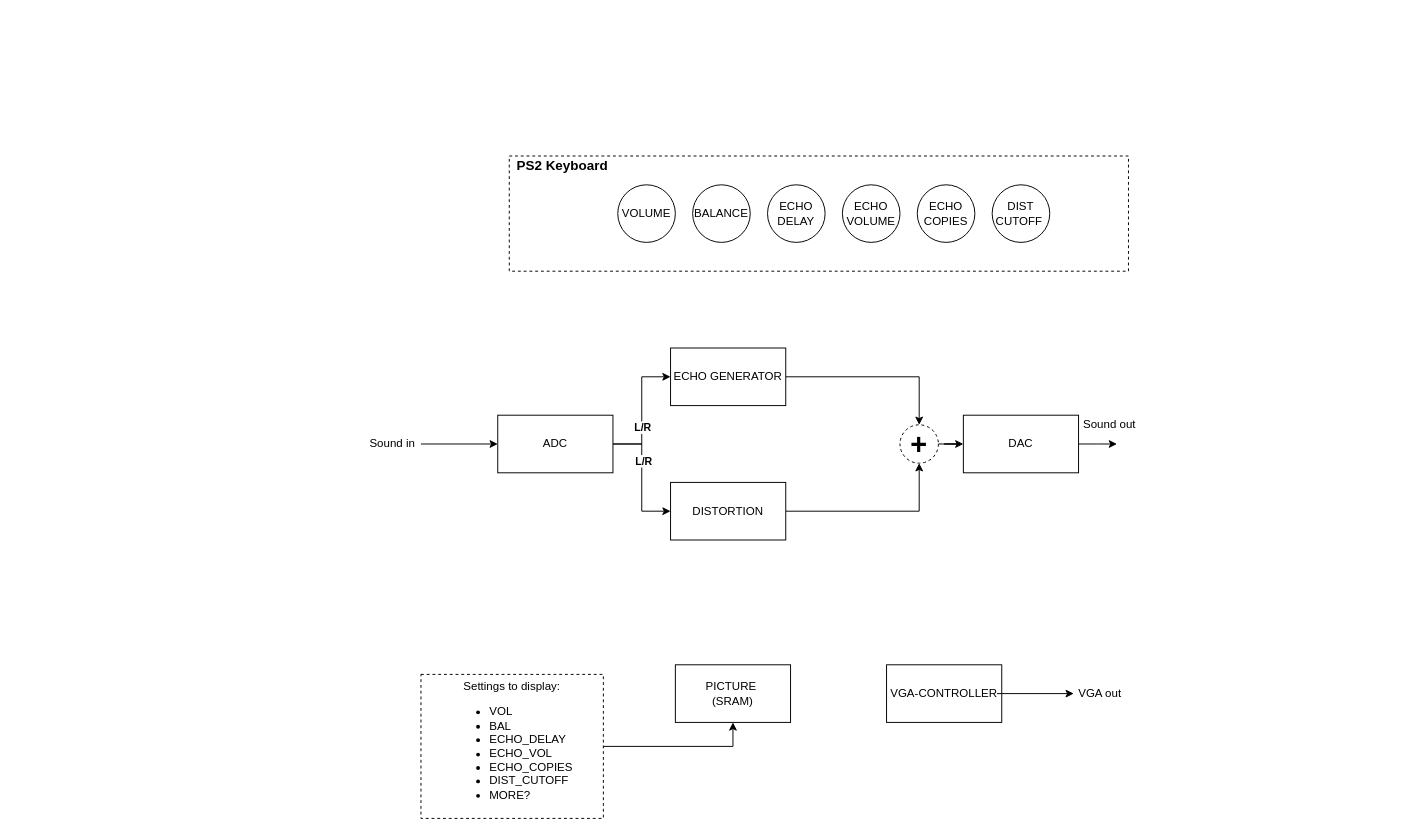
Before: Documentation/blockdiagram.drawio in JoeyStrandnes/TSIU03-VHDL-Gang, a draw.io diagram. Source tidied: cells renumbered, new cells numbered last; positions are measured from the earlier drawing's top-left corner, leaving out a move shared by most shapes. Both pictures are drawn from the tidied source at 96%, with x=0, y=0 at pixel (363, 156).
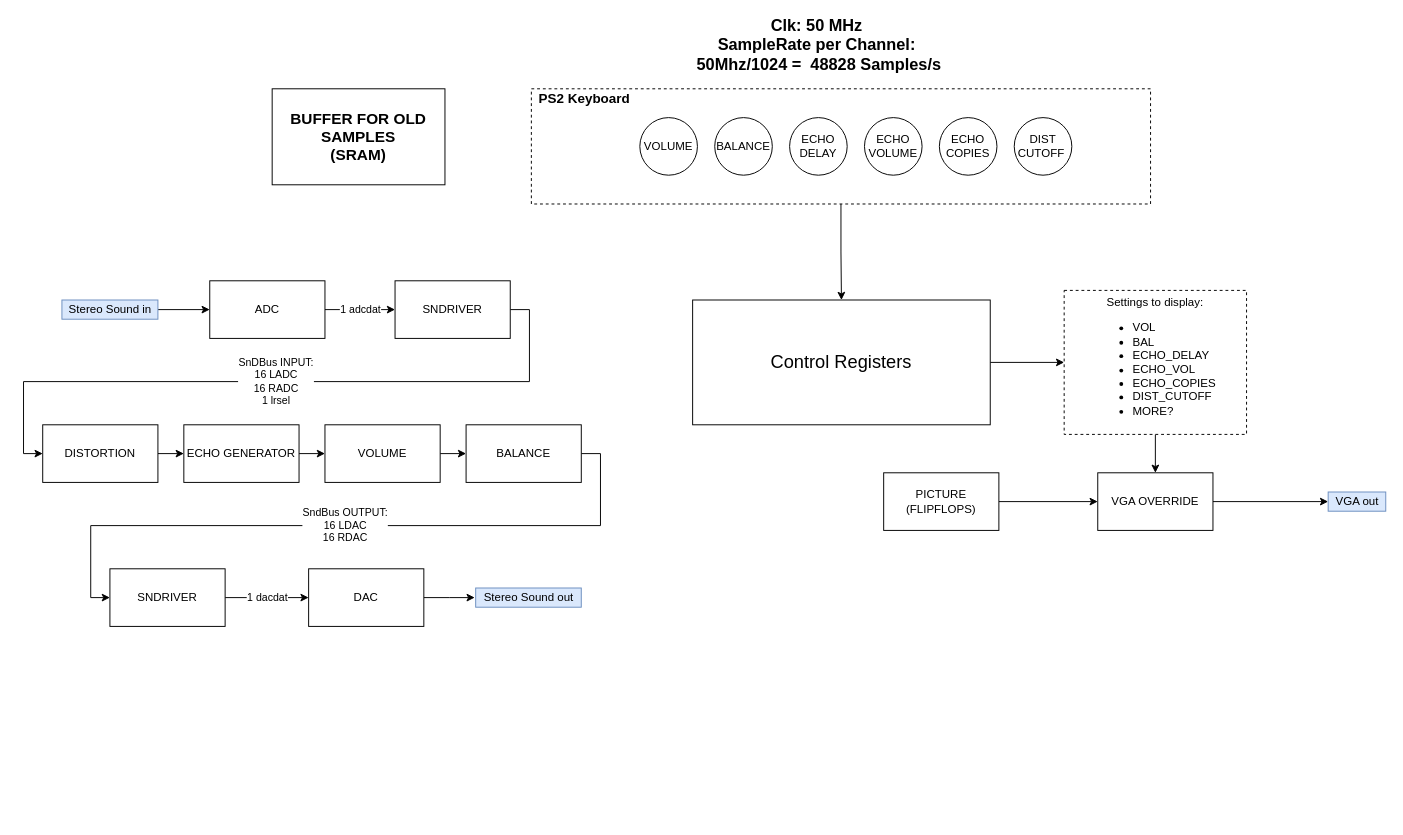
Above is the later version.

Commit message:
Gjort om blockdiagram

Change to the diagram source:
```diff
@@
+    <mxCell id="32" value="1 adcdat" style="edgeStyle=orthogonalEdgeStyle;rounded=0;jettySize=auto;html=1;exitX=1;exitY=0.5;exitDx=0;exitDy=0;entryX=0;entryY=0.5;entryDx=0;entryDy=0;" parent="1" edge="1" source="7" target="39">
+      <mxGeometry relative="1" as="geometry" />
+    </mxCell>
+    <mxCell id="7" value="ADC" style="rounded=0;whiteSpace=wrap;html=1;" parent="1" vertex="1">
+      <mxGeometry x="-160" y="130" width="120" height="60" as="geometry" />
+    </mxCell>
+    <mxCell id="33" style="edgeStyle=orthogonalEdgeStyle;rounded=0;jettySize=auto;html=1;entryX=0;entryY=0.5;entryDx=0;entryDy=0;" parent="1" edge="1" source="9" target="7">
+      <mxGeometry relative="1" as="geometry" />
+    </mxCell>
+    <mxCell id="9" value="&lt;span&gt;Stereo Sound in&lt;br&gt;&lt;/span&gt;" style="text;html=1;align=center;verticalAlign=middle;points=[];fillColor=#dae8fc;strokeColor=#6c8ebf;" parent="1" vertex="1">
+      <mxGeometry x="-314" y="150" width="100" height="20" as="geometry" />
+    </mxCell>
+    <mxCell id="34" style="edgeStyle=orthogonalEdgeStyle;rounded=0;jettySize=auto;html=1;exitX=1;exitY=0.5;exitDx=0;exitDy=0;entryX=0;entryY=0.5;entryDx=0;entryDy=0;" parent="1" edge="1" source="10" target="13">
+      <mxGeometry relative="1" as="geometry" />
+    </mxCell>
+    <mxCell id="10" value="PICTURE&lt;br&gt;(FLIPFLOPS)" style="rounded=0;whiteSpace=wrap;html=1;" parent="1" vertex="1">
+      <mxGeometry x="542" y="330" width="120" height="60" as="geometry" />
+    </mxCell>
+    <mxCell id="12" value="VGA out" style="text;html=1;align=center;verticalAlign=middle;points=[];shadow=0;rounded=0;fillColor=#dae8fc;strokeColor=#6c8ebf;" parent="1" vertex="1">
+      <mxGeometry x="1005" y="350" width="60" height="20" as="geometry" />
+    </mxCell>
+    <mxCell id="35" style="edgeStyle=orthogonalEdgeStyle;rounded=0;jettySize=auto;html=1;exitX=1;exitY=0.5;exitDx=0;exitDy=0;" parent="1" edge="1" source="13" target="12">
+      <mxGeometry relative="1" as="geometry" />
+    </mxCell>
+    <mxCell id="13" value="VGA OVERRIDE&lt;br&gt;" style="rounded=0;whiteSpace=wrap;html=1;" parent="1" vertex="1">
+      <mxGeometry x="765" y="330" width="120" height="60" as="geometry" />
+    </mxCell>
+    <mxCell id="36" style="edgeStyle=orthogonalEdgeStyle;rounded=0;jettySize=auto;html=1;exitX=1;exitY=0.5;exitDx=0;exitDy=0;entryX=0;entryY=0.5;entryDx=0;entryDy=0;" parent="1" edge="1" source="15" target="43">
+      <mxGeometry relative="1" as="geometry" />
+    </mxCell>
+    <mxCell id="15" value="ECHO GENERATOR" style="rounded=0;whiteSpace=wrap;html=1;" parent="1" vertex="1">
+      <mxGeometry x="-187" y="280" width="120" height="60" as="geometry" />
+    </mxCell>
+    <mxCell id="37" style="edgeStyle=orthogonalEdgeStyle;rounded=0;jettySize=auto;html=1;exitX=1;exitY=0.5;exitDx=0;exitDy=0;entryX=0;entryY=0.5;entryDx=0;entryDy=0;" parent="1" edge="1" source="17" target="15">
+      <mxGeometry relative="1" as="geometry" />
+    </mxCell>
+    <mxCell id="17" value="DISTORTION" style="rounded=0;whiteSpace=wrap;html=1;" parent="1" vertex="1">
+      <mxGeometry x="-334" y="280" width="120" height="60" as="geometry" />
+    </mxCell>
+    <mxCell id="25" style="edgeStyle=orthogonalEdgeStyle;rounded=0;jettySize=auto;html=1;exitX=0.5;exitY=1;exitDx=0;exitDy=0;entryX=0.5;entryY=0;entryDx=0;entryDy=0;" parent="1" edge="1" source="26" target="13">
+      <mxGeometry relative="1" as="geometry" />
+    </mxCell>
+    <mxCell id="26" value="Settings to display:&lt;br&gt;&lt;div style=&quot;text-align: left&quot;&gt;&lt;ul&gt;&lt;li&gt;&lt;span&gt;VOL&lt;/span&gt;&lt;/li&gt;&lt;li&gt;&lt;span&gt;BAL&lt;/span&gt;&lt;/li&gt;&lt;li&gt;&lt;span&gt;ECHO_DELAY&lt;/span&gt;&lt;/li&gt;&lt;li&gt;&lt;span&gt;ECHO_VOL&lt;/span&gt;&lt;/li&gt;&lt;li&gt;&lt;span&gt;ECHO_COPIES&lt;/span&gt;&lt;/li&gt;&lt;li&gt;&lt;span&gt;DIST_CUTOFF&lt;/span&gt;&lt;/li&gt;&lt;li&gt;&lt;span&gt;MORE?&lt;/span&gt;&lt;/li&gt;&lt;/ul&gt;&lt;/div&gt;" style="whiteSpace=wrap;html=1;dashed=1;labelPosition=center;verticalLabelPosition=middle;align=center;verticalAlign=middle;" parent="1" vertex="1">
+      <mxGeometry x="730" y="140" width="190" height="150" as="geometry" />
+    </mxCell>
+    <mxCell id="29" style="edgeStyle=orthogonalEdgeStyle;rounded=0;jettySize=auto;html=1;exitX=1;exitY=0.5;exitDx=0;exitDy=0;" parent="1" edge="1" source="30">
+      <mxGeometry relative="1" as="geometry">
+        <mxPoint x="116" y="460" as="targetPoint" />
+      </mxGeometry>
+    </mxCell>
+    <mxCell id="30" value="DAC" style="rounded=0;whiteSpace=wrap;html=1;" parent="1" vertex="1">
+      <mxGeometry x="-57" y="430" width="120" height="60" as="geometry" />
+    </mxCell>
+    <mxCell id="31" value="Stereo Sound out" style="text;html=1;align=center;verticalAlign=middle;fillColor=#dae8fc;strokeColor=#6c8ebf;" parent="1" vertex="1">
+      <mxGeometry x="117" y="450" width="110" height="20" as="geometry" />
+    </mxCell>
+    <mxCell id="38" value="SnDBus INPUT:&lt;br&gt;16 LADC&lt;br&gt;16 RADC&lt;br&gt;1 lrsel" style="edgeStyle=orthogonalEdgeStyle;rounded=0;jettySize=auto;html=1;exitX=1;exitY=0.5;exitDx=0;exitDy=0;entryX=0;entryY=0.5;entryDx=0;entryDy=0;" parent="1" edge="1" source="39" target="17">
+      <mxGeometry relative="1" as="geometry" />
+    </mxCell>
+    <mxCell id="39" value="SNDRIVER" style="rounded=0;whiteSpace=wrap;html=1;" parent="1" vertex="1">
+      <mxGeometry x="33" y="130" width="120" height="60" as="geometry" />
+    </mxCell>
+    <mxCell id="40" value="1 dacdat" style="edgeStyle=orthogonalEdgeStyle;rounded=0;jettySize=auto;html=1;exitX=1;exitY=0.5;exitDx=0;exitDy=0;entryX=0;entryY=0.5;entryDx=0;entryDy=0;" parent="1" edge="1" source="41" target="30">
+      <mxGeometry relative="1" as="geometry" />
+    </mxCell>
+    <mxCell id="41" value="SNDRIVER" style="rounded=0;whiteSpace=wrap;html=1;" parent="1" vertex="1">
+      <mxGeometry x="-264" y="430" width="120" height="60" as="geometry" />
+    </mxCell>
+    <mxCell id="42" style="edgeStyle=orthogonalEdgeStyle;rounded=0;jettySize=auto;html=1;exitX=1;exitY=0.5;exitDx=0;exitDy=0;entryX=0;entryY=0.5;entryDx=0;entryDy=0;" parent="1" edge="1" source="43" target="45">
+      <mxGeometry relative="1" as="geometry" />
+    </mxCell>
+    <mxCell id="43" value="VOLUME" style="rounded=0;whiteSpace=wrap;html=1;" parent="1" vertex="1">
+      <mxGeometry x="-40" y="280" width="120" height="60" as="geometry" />
+    </mxCell>
+    <mxCell id="44" value="SndBus OUTPUT:&lt;br&gt;16 LDAC&lt;br&gt;16 RDAC" style="edgeStyle=orthogonalEdgeStyle;rounded=0;jettySize=auto;html=1;exitX=1;exitY=0.5;exitDx=0;exitDy=0;entryX=0;entryY=0.5;entryDx=0;entryDy=0;" parent="1" edge="1" source="45" target="41">
+      <mxGeometry relative="1" as="geometry" />
+    </mxCell>
+    <mxCell id="45" value="BALANCE" style="rounded=0;whiteSpace=wrap;html=1;" parent="1" vertex="1">
+      <mxGeometry x="107" y="280" width="120" height="60" as="geometry" />
+    </mxCell>
+    <mxCell id="46" value="&lt;b style=&quot;font-size: 17px&quot;&gt;Clk: 50 MHz&lt;br&gt;SampleRate per Channel:&lt;br&gt;&amp;nbsp;50Mhz/1024 =&amp;nbsp; 48828 Samples/s&lt;/b&gt;" style="text;html=1;align=center;verticalAlign=middle;strokeColor=none;fillColor=none;" parent="1" vertex="1">
+      <mxGeometry x="337" y="-140" width="270" height="50" as="geometry" />
+    </mxCell>
+    <mxCell id="47" style="edgeStyle=orthogonalEdgeStyle;rounded=0;jettySize=auto;html=1;exitX=1;exitY=0.5;exitDx=0;exitDy=0;entryX=0;entryY=0.5;entryDx=0;entryDy=0;" parent="1" edge="1" source="48" target="26">
+      <mxGeometry relative="1" as="geometry" />
+    </mxCell>
+    <mxCell id="48" value="&lt;font style=&quot;font-size: 19px&quot;&gt;Control Registers&lt;/font&gt;" style="rounded=0;whiteSpace=wrap;html=1;" parent="1" vertex="1">
+      <mxGeometry x="343" y="150" width="310" height="130" as="geometry" />
+    </mxCell>
+    <mxCell id="49" style="group;" parent="1" vertex="1">
+      <mxGeometry x="175" y="-70" width="645" height="120" as="geometry" />
+    </mxCell>
-    <mxCell id="2" style="whiteSpace=wrap;html=1;dashed=1;labelPosition=left;verticalLabelPosition=top;align=right;verticalAlign=bottom;" parent="1" vertex="1">
-      <mxGeometry x="152" width="645" height="120" as="geometry" />
+    <mxCell id="2" style="whiteSpace=wrap;html=1;dashed=1;labelPosition=left;verticalLabelPosition=top;align=right;verticalAlign=bottom;" parent="49" vertex="1">
+      <mxGeometry width="645" height="120" as="geometry" />
     </mxCell>
-    <mxCell id="3" style="edgeStyle=orthogonalEdgeStyle;rounded=0;jettySize=auto;html=1;exitX=1;exitY=0.5;exitDx=0;exitDy=0;entryX=0;entryY=0.5;entryDx=0;entryDy=0;" parent="1" edge="1" source="7" target="15">
-      <mxGeometry relative="1" as="geometry" />
-    </mxCell>
-    <mxCell id="4" value="&lt;b&gt;L/R&lt;/b&gt;" style="edgeLabel;html=1;align=center;verticalAlign=middle;" parent="3" vertex="1">
-      <mxGeometry x="-0.26" relative="1" as="geometry" />
-    </mxCell>
-    <mxCell id="5" style="edgeStyle=orthogonalEdgeStyle;rounded=0;jettySize=auto;html=1;exitX=1;exitY=0.5;exitDx=0;exitDy=0;entryX=0;entryY=0.5;entryDx=0;entryDy=0;" parent="1" edge="1" source="7" target="17">
-      <mxGeometry relative="1" as="geometry" />
-    </mxCell>
-    <mxCell id="6" value="&lt;b&gt;L/R&lt;/b&gt;" style="edgeLabel;html=1;align=center;verticalAlign=middle;" parent="5" vertex="1">
-      <mxGeometry x="-0.28" y="1" relative="1" as="geometry" />
-    </mxCell>
-    <mxCell id="7" value="ADC" style="rounded=0;whiteSpace=wrap;html=1;" parent="1" vertex="1">
-      <mxGeometry x="140" y="270" width="120" height="60" as="geometry" />
-    </mxCell>
-    <mxCell id="8" style="endArrow=classic;html=1;entryX=0;entryY=0.5;entryDx=0;entryDy=0;" parent="1" edge="1" target="7">
-      <mxGeometry relative="1" as="geometry">
-        <mxPoint x="60" y="300" as="sourcePoint" />
-      </mxGeometry>
-    </mxCell>
-    <mxCell id="9" value="&lt;span&gt;Sound in&lt;/span&gt;" style="text;html=1;align=center;verticalAlign=middle;points=[];" parent="1" vertex="1">
-      <mxGeometry y="290" width="60" height="20" as="geometry" />
-    </mxCell>
-    <mxCell id="10" value="VGA-CONTROLLER" style="rounded=0;whiteSpace=wrap;html=1;" parent="1" vertex="1">
-      <mxGeometry x="545" y="530" width="120" height="60" as="geometry" />
-    </mxCell>
-    <mxCell id="11" style="endArrow=classic;html=1;" parent="1" edge="1">
-      <mxGeometry relative="1" as="geometry">
-        <mxPoint x="660" y="560" as="sourcePoint" />
-        <mxPoint x="740" y="560" as="targetPoint" />
-      </mxGeometry>
-    </mxCell>
-    <mxCell id="12" value="VGA out" style="text;html=1;align=center;verticalAlign=middle;points=[];" parent="1" vertex="1">
-      <mxGeometry x="737" y="550" width="60" height="20" as="geometry" />
-    </mxCell>
-    <mxCell id="13" value="PICTURE&amp;nbsp;&lt;br&gt;(SRAM)" style="rounded=0;whiteSpace=wrap;html=1;" parent="1" vertex="1">
-      <mxGeometry x="325" y="530" width="120" height="60" as="geometry" />
-    </mxCell>
-    <mxCell id="14" style="edgeStyle=orthogonalEdgeStyle;rounded=0;jettySize=auto;html=1;exitX=1;exitY=0.5;exitDx=0;exitDy=0;entryX=0.5;entryY=0;entryDx=0;entryDy=0;" parent="1" edge="1" source="15" target="28">
-      <mxGeometry relative="1" as="geometry" />
-    </mxCell>
-    <mxCell id="15" value="ECHO GENERATOR" style="rounded=0;whiteSpace=wrap;html=1;" parent="1" vertex="1">
-      <mxGeometry x="320" y="200" width="120" height="60" as="geometry" />
-    </mxCell>
-    <mxCell id="16" style="edgeStyle=orthogonalEdgeStyle;rounded=0;jettySize=auto;html=1;exitX=1;exitY=0.5;exitDx=0;exitDy=0;entryX=0.5;entryY=1;entryDx=0;entryDy=0;" parent="1" edge="1" source="17" target="28">
-      <mxGeometry relative="1" as="geometry" />
-    </mxCell>
-    <mxCell id="17" value="DISTORTION" style="rounded=0;whiteSpace=wrap;html=1;" parent="1" vertex="1">
-      <mxGeometry x="320" y="340" width="120" height="60" as="geometry" />
-    </mxCell>
-    <mxCell id="18" value="VOLUME" style="ellipse;whiteSpace=wrap;html=1;" parent="1" vertex="1">
-      <mxGeometry x="265" y="30" width="60" height="60" as="geometry" />
+    <mxCell id="18" value="VOLUME" style="ellipse;whiteSpace=wrap;html=1;" parent="49" vertex="1">
+      <mxGeometry x="113" y="30" width="60" height="60" as="geometry" />
     </mxCell>
-    <mxCell id="19" value="BALANCE" style="ellipse;whiteSpace=wrap;html=1;" parent="1" vertex="1">
-      <mxGeometry x="343" y="30" width="60" height="60" as="geometry" />
+    <mxCell id="19" value="BALANCE" style="ellipse;whiteSpace=wrap;html=1;" parent="49" vertex="1">
+      <mxGeometry x="191" y="30" width="60" height="60" as="geometry" />
     </mxCell>
-    <mxCell id="20" value="ECHO DELAY" style="ellipse;whiteSpace=wrap;html=1;" parent="1" vertex="1">
-      <mxGeometry x="421" y="30" width="60" height="60" as="geometry" />
+    <mxCell id="20" value="ECHO DELAY" style="ellipse;whiteSpace=wrap;html=1;" parent="49" vertex="1">
+      <mxGeometry x="269" y="30" width="60" height="60" as="geometry" />
     </mxCell>
-    <mxCell id="21" value="ECHO COPIES" style="ellipse;whiteSpace=wrap;html=1;" parent="1" vertex="1">
-      <mxGeometry x="577" y="30" width="60" height="60" as="geometry" />
+    <mxCell id="21" value="ECHO COPIES" style="ellipse;whiteSpace=wrap;html=1;" parent="49" vertex="1">
+      <mxGeometry x="425" y="30" width="60" height="60" as="geometry" />
     </mxCell>
-    <mxCell id="22" value="ECHO VOLUME" style="ellipse;whiteSpace=wrap;html=1;" parent="1" vertex="1">
-      <mxGeometry x="499" y="30" width="60" height="60" as="geometry" />
+    <mxCell id="22" value="ECHO VOLUME" style="ellipse;whiteSpace=wrap;html=1;" parent="49" vertex="1">
+      <mxGeometry x="347" y="30" width="60" height="60" as="geometry" />
     </mxCell>
-    <mxCell id="23" value="DIST CUTOFF&amp;nbsp;" style="ellipse;whiteSpace=wrap;html=1;" parent="1" vertex="1">
-      <mxGeometry x="655" y="30" width="60" height="60" as="geometry" />
+    <mxCell id="23" value="DIST CUTOFF&amp;nbsp;" style="ellipse;whiteSpace=wrap;html=1;" parent="49" vertex="1">
+      <mxGeometry x="503" y="30" width="60" height="60" as="geometry" />
     </mxCell>
-    <mxCell id="24" value="&lt;b&gt;&lt;font style=&quot;font-size: 14px&quot;&gt;PS2 Keyboard&lt;/font&gt;&lt;/b&gt;" style="text;html=1;align=center;verticalAlign=middle;" parent="1" vertex="1">
-      <mxGeometry x="152" width="110" height="20" as="geometry" />
+    <mxCell id="24" value="&lt;b&gt;&lt;font style=&quot;font-size: 14px&quot;&gt;PS2 Keyboard&lt;/font&gt;&lt;/b&gt;" style="text;html=1;align=center;verticalAlign=middle;" parent="49" vertex="1">
+      <mxGeometry width="110" height="20" as="geometry" />
     </mxCell>
-    <mxCell id="25" style="edgeStyle=orthogonalEdgeStyle;rounded=0;jettySize=auto;html=1;entryX=0.5;entryY=1;entryDx=0;entryDy=0;" parent="1" edge="1" source="26" target="13">
-      <mxGeometry relative="1" as="geometry" />
-    </mxCell>
-    <mxCell id="26" value="Settings to display:&lt;br&gt;&lt;div style=&quot;text-align: left&quot;&gt;&lt;ul&gt;&lt;li&gt;&lt;span&gt;VOL&lt;/span&gt;&lt;/li&gt;&lt;li&gt;&lt;span&gt;BAL&lt;/span&gt;&lt;/li&gt;&lt;li&gt;&lt;span&gt;ECHO_DELAY&lt;/span&gt;&lt;/li&gt;&lt;li&gt;&lt;span&gt;ECHO_VOL&lt;/span&gt;&lt;/li&gt;&lt;li&gt;&lt;span&gt;ECHO_COPIES&lt;/span&gt;&lt;/li&gt;&lt;li&gt;&lt;span&gt;DIST_CUTOFF&lt;/span&gt;&lt;/li&gt;&lt;li&gt;&lt;span&gt;MORE?&lt;/span&gt;&lt;/li&gt;&lt;/ul&gt;&lt;/div&gt;" style="whiteSpace=wrap;html=1;dashed=1;labelPosition=center;verticalLabelPosition=middle;align=center;verticalAlign=middle;" parent="1" vertex="1">
-      <mxGeometry x="60" y="540" width="190" height="150" as="geometry" />
-    </mxCell>
-    <mxCell id="27" style="edgeStyle=orthogonalEdgeStyle;rounded=0;jettySize=auto;html=1;exitX=1;exitY=0.5;exitDx=0;exitDy=0;" parent="1" edge="1" source="28" target="30">
-      <mxGeometry relative="1" as="geometry" />
-    </mxCell>
-    <mxCell id="28" value="&lt;font size=&quot;1&quot;&gt;&lt;b style=&quot;font-size: 30px&quot;&gt;+&lt;/b&gt;&lt;/font&gt;" style="ellipse;whiteSpace=wrap;html=1;dashed=1;" parent="1" vertex="1">
-      <mxGeometry x="559" y="280" width="40" height="40" as="geometry" />
-    </mxCell>
-    <mxCell id="29" style="edgeStyle=orthogonalEdgeStyle;rounded=0;jettySize=auto;html=1;exitX=1;exitY=0.5;exitDx=0;exitDy=0;" parent="1" edge="1" source="30">
-      <mxGeometry relative="1" as="geometry">
-        <mxPoint x="785" y="300" as="targetPoint" />
-      </mxGeometry>
-    </mxCell>
-    <mxCell id="30" value="DAC" style="rounded=0;whiteSpace=wrap;html=1;" parent="1" vertex="1">
-      <mxGeometry x="625" y="270" width="120" height="60" as="geometry" />
-    </mxCell>
-    <mxCell id="31" value="Sound out" style="text;html=1;align=center;verticalAlign=middle;" parent="1" vertex="1">
-      <mxGeometry x="742" y="270" width="70" height="20" as="geometry" />
-    </mxCell>
+    <mxCell id="50" style="edgeStyle=orthogonalEdgeStyle;rounded=0;jettySize=auto;html=1;exitX=0.5;exitY=1;exitDx=0;exitDy=0;entryX=0.5;entryY=0;entryDx=0;entryDy=0;" parent="1" edge="1" source="2" target="48">
+      <mxGeometry relative="1" as="geometry" />
+    </mxCell>
+    <mxCell id="51" value="&lt;b style=&quot;font-size: 16px&quot;&gt;BUFFER FOR OLD SAMPLES&lt;br&gt;(SRAM)&lt;br&gt;&lt;/b&gt;" style="rounded=0;whiteSpace=wrap;html=1;shadow=0;fillColor=none;" parent="1" vertex="1">
+      <mxGeometry x="-95" y="-70" width="180" height="100" as="geometry" />
+    </mxCell>
```
